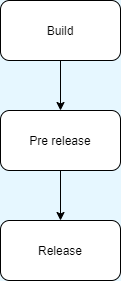
Nordea-Direct/docs keeps this draw.io diagram as documentation/images/workflow process.drawio.png. Above is the earlier version. Source tidied: cells renumbered, new cells last; positions are measured from the earlier drawing's top-left corner, leaving out a move shared by most shapes.
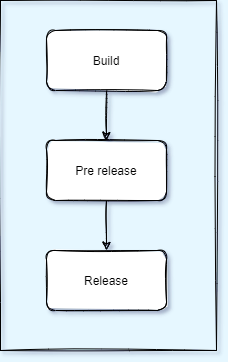
Above is the later version.

Commit message:
styling and boxing in

What changed in the source:
```diff
@@ -1,20 +1,23 @@
-<mxGraphModel background="#E6F7FF">
+<mxGraphModel background="#E6F7FF" shadow="1">
   <root>
     <mxCell id="0" />
     <mxCell id="1" parent="0" />
+    <mxCell id="7" style="rounded=0;whiteSpace=wrap;html=1;sketch=1;gradientColor=none;fillColor=none;" parent="1" vertex="1">
+      <mxGeometry x="-46" y="-30" width="216" height="350" as="geometry" />
+    </mxCell>
-    <mxCell id="2" style="edgeStyle=orthogonalEdgeStyle;rounded=0;jettySize=auto;html=1;exitX=0.5;exitY=1;exitDx=0;exitDy=0;entryX=0.5;entryY=0;entryDx=0;entryDy=0;" parent="1" edge="1" source="3" target="5">
+    <mxCell id="2" style="edgeStyle=orthogonalEdgeStyle;jettySize=auto;html=1;exitX=0.5;exitY=1;exitDx=0;exitDy=0;entryX=0.5;entryY=0;entryDx=0;entryDy=0;sketch=1;" parent="1" edge="1" source="3" target="5">
       <mxGeometry relative="1" as="geometry" />
     </mxCell>
-    <mxCell id="3" value="Build" style="rounded=1;whiteSpace=wrap;html=1;" parent="1" vertex="1">
+    <mxCell id="3" value="Build" style="whiteSpace=wrap;html=1;rounded=1;sketch=1;" parent="1" vertex="1">
       <mxGeometry width="120" height="60" as="geometry" />
     </mxCell>
-    <mxCell id="4" style="edgeStyle=orthogonalEdgeStyle;rounded=0;jettySize=auto;html=1;exitX=0.5;exitY=1;exitDx=0;exitDy=0;entryX=0.5;entryY=0;entryDx=0;entryDy=0;" parent="1" edge="1" source="5" target="6">
+    <mxCell id="4" style="edgeStyle=orthogonalEdgeStyle;jettySize=auto;html=1;exitX=0.5;exitY=1;exitDx=0;exitDy=0;entryX=0.5;entryY=0;entryDx=0;entryDy=0;sketch=1;" parent="1" edge="1" source="5" target="6">
       <mxGeometry relative="1" as="geometry" />
     </mxCell>
-    <mxCell id="5" value="Pre release" style="rounded=1;whiteSpace=wrap;html=1;" parent="1" vertex="1">
+    <mxCell id="5" value="Pre release" style="whiteSpace=wrap;html=1;rounded=1;sketch=1;" parent="1" vertex="1">
       <mxGeometry y="110" width="120" height="60" as="geometry" />
     </mxCell>
-    <mxCell id="6" value="Release" style="rounded=1;whiteSpace=wrap;html=1;" parent="1" vertex="1">
+    <mxCell id="6" value="Release" style="whiteSpace=wrap;html=1;rounded=1;sketch=1;perimeterSpacing=0;" parent="1" vertex="1">
       <mxGeometry y="220" width="120" height="60" as="geometry" />
     </mxCell>
   </root>
```
